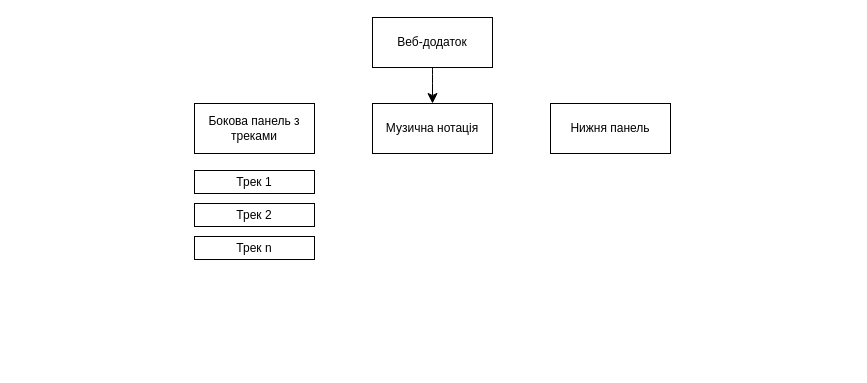
This is diagrams/interface.drawio from shrewman/learn-alphatab, a draw.io file, before an edit. Source tidied: cells renumbered, new cells numbered last; positions are measured from the earlier drawing's top-left corner, leaving out a move shared by most shapes. Both pictures are drawn from the tidied source at 100%, with x=0, y=0 at pixel (194, 17).
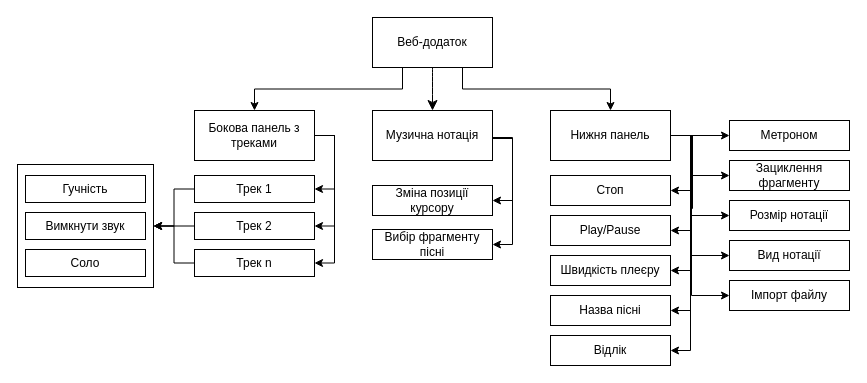
Above is the later version.

Unchanged cells that the change refers to:
```xml
<mxCell id="3" value="Веб-додаток" style="rounded=0;whiteSpace=wrap;html=1;" parent="1" vertex="1">
  <mxGeometry x="178" width="120" height="50" as="geometry" />
</mxCell>
```

Change to the diagram source:
```diff
@@
+    <mxCell id="10" style="rounded=0;whiteSpace=wrap;html=1;" parent="1" vertex="1">
+      <mxGeometry x="-177" y="147" width="136" height="123" as="geometry" />
+    </mxCell>
@@
+    <mxCell id="11" style="edgeStyle=orthogonalEdgeStyle;rounded=0;jettySize=auto;html=1;exitX=0.25;exitY=1;exitDx=0;exitDy=0;entryX=0.5;entryY=0;entryDx=0;entryDy=0;" parent="1" edge="1" source="3" target="5">
+      <mxGeometry relative="1" as="geometry" />
+    </mxCell>
+    <mxCell id="12" style="edgeStyle=orthogonalEdgeStyle;rounded=0;jettySize=auto;html=1;exitX=0.75;exitY=1;exitDx=0;exitDy=0;entryX=0.5;entryY=0;entryDx=0;entryDy=0;" parent="1" edge="1" source="3" target="6">
+      <mxGeometry relative="1" as="geometry" />
+    </mxCell>
@@
+    <mxCell id="13" style="edgeStyle=orthogonalEdgeStyle;rounded=0;jettySize=auto;html=1;entryX=1;entryY=0.5;entryDx=0;entryDy=0;" parent="1" edge="1" source="4" target="35">
+      <mxGeometry relative="1" as="geometry">
+        <Array as="points">
+          <mxPoint x="318" y="120" />
+          <mxPoint x="318" y="183" />
+        </Array>
+      </mxGeometry>
+    </mxCell>
+    <mxCell id="14" style="edgeStyle=orthogonalEdgeStyle;rounded=0;jettySize=auto;html=1;entryX=1;entryY=0.5;entryDx=0;entryDy=0;" parent="1" edge="1" source="4" target="36">
+      <mxGeometry relative="1" as="geometry">
+        <Array as="points">
+          <mxPoint x="318" y="121" />
+          <mxPoint x="318" y="227" />
+        </Array>
+      </mxGeometry>
+    </mxCell>
     <mxCell id="4" value="Музична нотація" style="rounded=0;whiteSpace=wrap;html=1;" parent="1" vertex="1">
-      <mxGeometry x="178" y="86" width="120" height="50" as="geometry" />
+      <mxGeometry x="178" y="93" width="120" height="50" as="geometry" />
     </mxCell>
+    <mxCell id="15" style="edgeStyle=orthogonalEdgeStyle;rounded=0;jettySize=auto;html=1;exitX=1;exitY=0.5;exitDx=0;exitDy=0;entryX=1;entryY=0.5;entryDx=0;entryDy=0;" parent="1" edge="1" source="5" target="7">
+      <mxGeometry relative="1" as="geometry" />
+    </mxCell>
+    <mxCell id="16" style="edgeStyle=orthogonalEdgeStyle;rounded=0;jettySize=auto;html=1;exitX=1;exitY=0.5;exitDx=0;exitDy=0;entryX=1;entryY=0.5;entryDx=0;entryDy=0;" parent="1" edge="1" source="5" target="8">
+      <mxGeometry relative="1" as="geometry" />
+    </mxCell>
+    <mxCell id="17" style="edgeStyle=orthogonalEdgeStyle;rounded=0;jettySize=auto;html=1;exitX=1;exitY=0.5;exitDx=0;exitDy=0;entryX=1;entryY=0.5;entryDx=0;entryDy=0;" parent="1" edge="1" source="5" target="9">
+      <mxGeometry relative="1" as="geometry" />
+    </mxCell>
     <mxCell id="5" value="Бокова панель з треками" style="rounded=0;whiteSpace=wrap;html=1;" parent="1" vertex="1">
-      <mxGeometry y="86" width="120" height="50" as="geometry" />
+      <mxGeometry y="93" width="120" height="50" as="geometry" />
     </mxCell>
+    <mxCell id="18" style="edgeStyle=orthogonalEdgeStyle;rounded=0;jettySize=auto;html=1;entryX=1;entryY=0.5;entryDx=0;entryDy=0;" parent="1" edge="1" source="6" target="37">
+      <mxGeometry relative="1" as="geometry">
+        <Array as="points">
+          <mxPoint x="497" y="118" />
+          <mxPoint x="497" y="163" />
+          <mxPoint x="496" y="163" />
+          <mxPoint x="496" y="173" />
+        </Array>
+      </mxGeometry>
+    </mxCell>
+    <mxCell id="19" style="edgeStyle=orthogonalEdgeStyle;rounded=0;jettySize=auto;html=1;entryX=1;entryY=0.5;entryDx=0;entryDy=0;" parent="1" edge="1" source="6" target="38">
+      <mxGeometry relative="1" as="geometry">
+        <Array as="points">
+          <mxPoint x="498" y="118" />
+          <mxPoint x="498" y="171" />
+          <mxPoint x="496" y="171" />
+          <mxPoint x="496" y="213" />
+        </Array>
+      </mxGeometry>
+    </mxCell>
+    <mxCell id="20" style="edgeStyle=orthogonalEdgeStyle;rounded=0;jettySize=auto;html=1;entryX=1;entryY=0.5;entryDx=0;entryDy=0;" parent="1" edge="1" source="6" target="39">
+      <mxGeometry relative="1" as="geometry">
+        <Array as="points">
+          <mxPoint x="498" y="118" />
+          <mxPoint x="498" y="191" />
+          <mxPoint x="496" y="191" />
+          <mxPoint x="496" y="253" />
+        </Array>
+      </mxGeometry>
+    </mxCell>
+    <mxCell id="21" style="edgeStyle=orthogonalEdgeStyle;rounded=0;jettySize=auto;html=1;entryX=1;entryY=0.5;entryDx=0;entryDy=0;" parent="1" edge="1" source="6" target="40">
+      <mxGeometry relative="1" as="geometry">
+        <Array as="points">
+          <mxPoint x="496" y="118" />
+          <mxPoint x="496" y="293" />
+        </Array>
+      </mxGeometry>
+    </mxCell>
+    <mxCell id="22" style="edgeStyle=orthogonalEdgeStyle;rounded=0;jettySize=auto;html=1;entryX=1;entryY=0.5;entryDx=0;entryDy=0;" parent="1" edge="1" source="6" target="41">
+      <mxGeometry relative="1" as="geometry">
+        <Array as="points">
+          <mxPoint x="497" y="118" />
+          <mxPoint x="497" y="231" />
+          <mxPoint x="496" y="231" />
+          <mxPoint x="496" y="333" />
+        </Array>
+      </mxGeometry>
+    </mxCell>
+    <mxCell id="23" style="edgeStyle=orthogonalEdgeStyle;rounded=0;jettySize=auto;html=1;entryX=0;entryY=0.5;entryDx=0;entryDy=0;" parent="1" edge="1" source="6" target="42">
+      <mxGeometry relative="1" as="geometry" />
+    </mxCell>
+    <mxCell id="24" style="edgeStyle=orthogonalEdgeStyle;rounded=0;jettySize=auto;html=1;entryX=0;entryY=0.5;entryDx=0;entryDy=0;" parent="1" edge="1" source="6" target="43">
+      <mxGeometry relative="1" as="geometry">
+        <Array as="points">
+          <mxPoint x="497" y="118" />
+          <mxPoint x="497" y="158" />
+        </Array>
+      </mxGeometry>
+    </mxCell>
+    <mxCell id="25" style="edgeStyle=orthogonalEdgeStyle;rounded=0;jettySize=auto;html=1;entryX=0;entryY=0.5;entryDx=0;entryDy=0;" parent="1" edge="1" source="6" target="44">
+      <mxGeometry relative="1" as="geometry">
+        <Array as="points">
+          <mxPoint x="497" y="118" />
+          <mxPoint x="497" y="198" />
+        </Array>
+      </mxGeometry>
+    </mxCell>
+    <mxCell id="26" style="edgeStyle=orthogonalEdgeStyle;rounded=0;jettySize=auto;html=1;entryX=0;entryY=0.5;entryDx=0;entryDy=0;" parent="1" edge="1" source="6" target="45">
+      <mxGeometry relative="1" as="geometry">
+        <Array as="points">
+          <mxPoint x="496" y="118" />
+          <mxPoint x="496" y="238" />
+        </Array>
+      </mxGeometry>
+    </mxCell>
+    <mxCell id="27" style="edgeStyle=orthogonalEdgeStyle;rounded=0;jettySize=auto;html=1;entryX=0;entryY=0.5;entryDx=0;entryDy=0;" parent="1" edge="1" source="6" target="46">
+      <mxGeometry relative="1" as="geometry">
+        <Array as="points">
+          <mxPoint x="497" y="118" />
+          <mxPoint x="497" y="278" />
+        </Array>
+      </mxGeometry>
+    </mxCell>
     <mxCell id="6" value="&lt;div&gt;Нижня панель&lt;/div&gt;" style="rounded=0;whiteSpace=wrap;html=1;" parent="1" vertex="1">
-      <mxGeometry x="356" y="86" width="120" height="50" as="geometry" />
+      <mxGeometry x="356" y="93" width="120" height="50" as="geometry" />
     </mxCell>
+    <mxCell id="28" style="edgeStyle=orthogonalEdgeStyle;rounded=0;jettySize=auto;html=1;entryX=1;entryY=0.5;entryDx=0;entryDy=0;" parent="1" edge="1" source="7" target="10">
+      <mxGeometry relative="1" as="geometry" />
+    </mxCell>
     <mxCell id="7" value="Трек 1" style="rounded=0;whiteSpace=wrap;html=1;" parent="1" vertex="1">
-      <mxGeometry y="153" width="120" height="23" as="geometry" />
+      <mxGeometry y="158" width="120" height="27" as="geometry" />
     </mxCell>
+    <mxCell id="29" style="edgeStyle=orthogonalEdgeStyle;rounded=0;jettySize=auto;html=1;entryX=1;entryY=0.5;entryDx=0;entryDy=0;" parent="1" edge="1" source="8" target="10">
+      <mxGeometry relative="1" as="geometry" />
+    </mxCell>
     <mxCell id="8" value="Трек 2" style="rounded=0;whiteSpace=wrap;html=1;" parent="1" vertex="1">
-      <mxGeometry y="186" width="120" height="23" as="geometry" />
+      <mxGeometry y="195" width="120" height="27" as="geometry" />
     </mxCell>
+    <mxCell id="30" style="edgeStyle=orthogonalEdgeStyle;rounded=0;jettySize=auto;html=1;entryX=1;entryY=0.5;entryDx=0;entryDy=0;" parent="1" edge="1" source="9" target="10">
+      <mxGeometry relative="1" as="geometry" />
+    </mxCell>
     <mxCell id="9" value="Трек n" style="rounded=0;whiteSpace=wrap;html=1;" parent="1" vertex="1">
-      <mxGeometry y="219" width="120" height="23" as="geometry" />
+      <mxGeometry y="232" width="120" height="27" as="geometry" />
     </mxCell>
+    <mxCell id="31" value="Гучність" style="rounded=0;whiteSpace=wrap;html=1;" parent="1" vertex="1">
+      <mxGeometry x="-169" y="158" width="120" height="27" as="geometry" />
+    </mxCell>
+    <mxCell id="32" value="Вимкнути звук" style="rounded=0;whiteSpace=wrap;html=1;" parent="1" vertex="1">
+      <mxGeometry x="-169" y="195" width="120" height="27" as="geometry" />
+    </mxCell>
+    <mxCell id="33" value="Соло" style="rounded=0;whiteSpace=wrap;html=1;" parent="1" vertex="1">
+      <mxGeometry x="-169" y="232" width="120" height="27" as="geometry" />
+    </mxCell>
+    <mxCell id="34" style="edgeStyle=orthogonalEdgeStyle;rounded=0;orthogonalLoop=1;jettySize=auto;html=1;exitX=0.5;exitY=1;exitDx=0;exitDy=0;" parent="1" edge="1">
+      <mxGeometry relative="1" as="geometry">
+        <mxPoint x="238" y="203" as="sourcePoint" />
+        <mxPoint x="238" y="203" as="targetPoint" />
+      </mxGeometry>
+    </mxCell>
+    <mxCell id="35" value="Зміна позиції курсору" style="rounded=0;whiteSpace=wrap;html=1;" parent="1" vertex="1">
+      <mxGeometry x="178" y="168" width="120" height="30" as="geometry" />
+    </mxCell>
+    <mxCell id="36" value="Вибір фрагменту пісні" style="rounded=0;whiteSpace=wrap;html=1;" parent="1" vertex="1">
+      <mxGeometry x="178" y="212" width="120" height="30" as="geometry" />
+    </mxCell>
+    <mxCell id="37" value="Стоп" style="rounded=0;whiteSpace=wrap;html=1;" parent="1" vertex="1">
+      <mxGeometry x="356" y="158" width="120" height="30" as="geometry" />
+    </mxCell>
+    <mxCell id="38" value="Play/Pause" style="rounded=0;whiteSpace=wrap;html=1;" parent="1" vertex="1">
+      <mxGeometry x="356" y="198" width="120" height="30" as="geometry" />
+    </mxCell>
+    <mxCell id="39" value="Швидкість плеєру" style="rounded=0;whiteSpace=wrap;html=1;" parent="1" vertex="1">
+      <mxGeometry x="356" y="238" width="120" height="30" as="geometry" />
+    </mxCell>
+    <mxCell id="40" value="Назва пісні" style="rounded=0;whiteSpace=wrap;html=1;" parent="1" vertex="1">
+      <mxGeometry x="356" y="278" width="120" height="30" as="geometry" />
+    </mxCell>
+    <mxCell id="41" value="Відлік" style="rounded=0;whiteSpace=wrap;html=1;" parent="1" vertex="1">
+      <mxGeometry x="356" y="318" width="120" height="30" as="geometry" />
+    </mxCell>
+    <mxCell id="42" value="Метроном" style="rounded=0;whiteSpace=wrap;html=1;" parent="1" vertex="1">
+      <mxGeometry x="535" y="103" width="120" height="30" as="geometry" />
+    </mxCell>
+    <mxCell id="43" value="Зациклення фрагменту" style="rounded=0;whiteSpace=wrap;html=1;" parent="1" vertex="1">
+      <mxGeometry x="535" y="143" width="120" height="30" as="geometry" />
+    </mxCell>
+    <mxCell id="44" value="Розмір нотації" style="rounded=0;whiteSpace=wrap;html=1;" parent="1" vertex="1">
+      <mxGeometry x="535" y="183" width="120" height="30" as="geometry" />
+    </mxCell>
+    <mxCell id="45" value="Вид нотації" style="rounded=0;whiteSpace=wrap;html=1;" parent="1" vertex="1">
+      <mxGeometry x="535" y="223" width="120" height="30" as="geometry" />
+    </mxCell>
+    <mxCell id="46" value="Імпорт файлу" style="rounded=0;whiteSpace=wrap;html=1;" parent="1" vertex="1">
+      <mxGeometry x="535" y="263" width="120" height="30" as="geometry" />
+    </mxCell>
```
